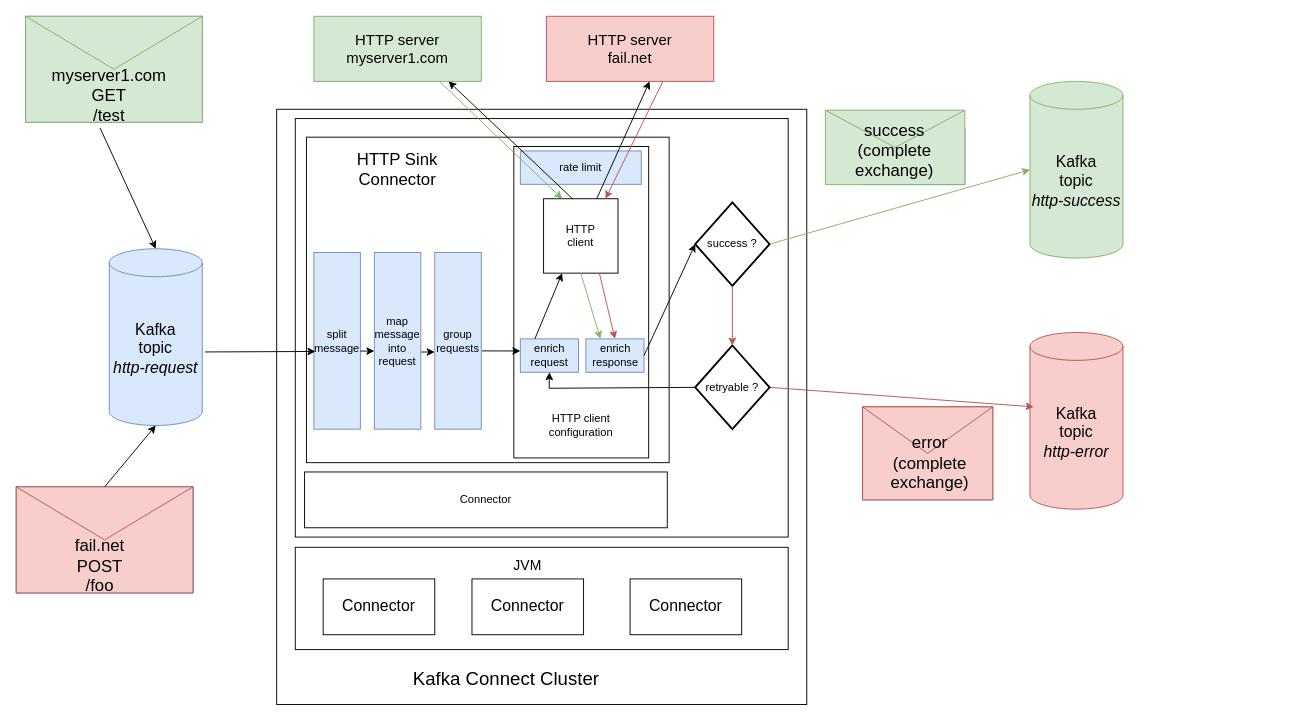
The draw.io diagram docs/architecture_options_2.drawio in clescot/kafka-connect-http, before the edit. Source tidied: cells renumbered, new cells numbered last; positions are measured from the earlier drawing's top-left corner, leaving out a move shared by most shapes. Both pictures are drawn from the tidied source at 93%, with x=0, y=0 at pixel (16, 16).
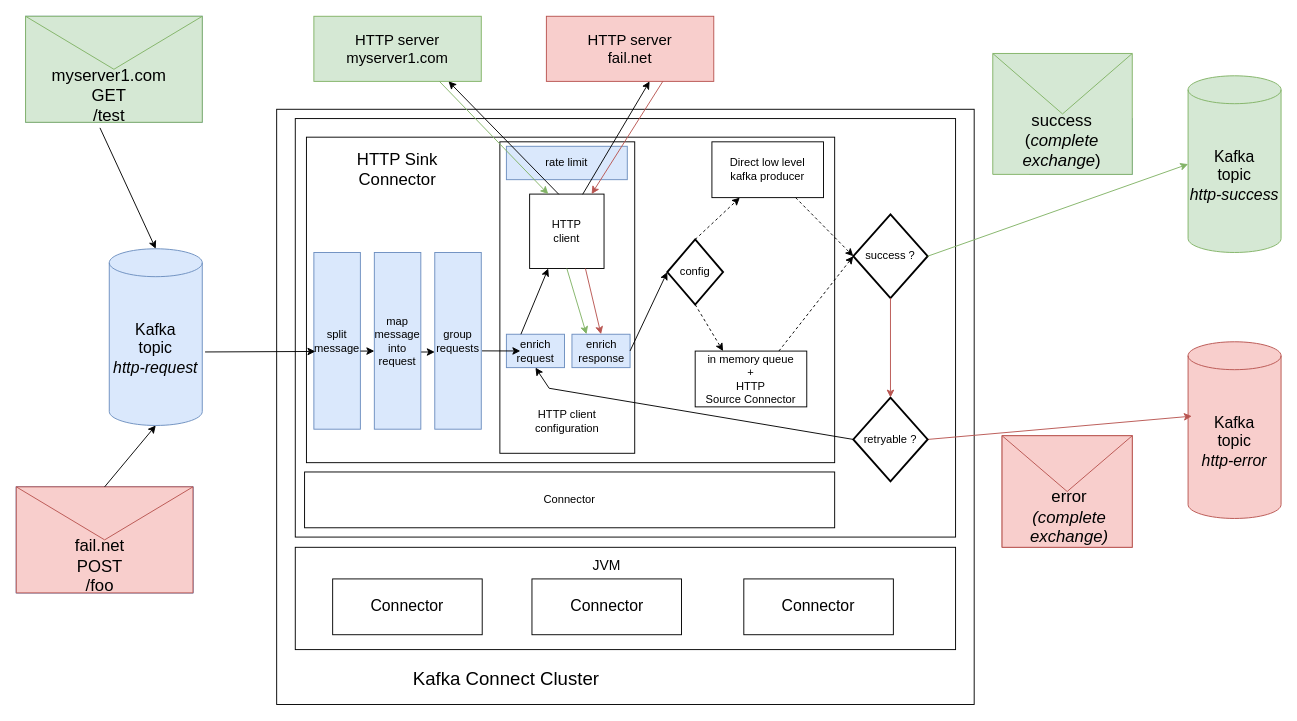
The same page after the edit.

The change refers to these unchanged cells:
```xml
<mxCell id="32" value="enrich&lt;div&gt;response&lt;/div&gt;" style="rounded=0;whiteSpace=wrap;html=1;fillColor=#dae8fc;strokeColor=#6c8ebf;" parent="25" vertex="1">
  <mxGeometry x="77.5" y="206.9" width="62.5" height="35.9" as="geometry" />
</mxCell>
```

Diff of the diagram source:
```diff
@@
     <mxCell id="3" style="rounded=0;whiteSpace=wrap;html=1;" parent="1" vertex="1">
-      <mxGeometry x="280" y="100" width="570" height="640" as="geometry" />
+      <mxGeometry x="280" y="100" width="750" height="640" as="geometry" />
     </mxCell>
     <mxCell id="4" style="rounded=0;whiteSpace=wrap;html=1;" parent="1" vertex="1">
-      <mxGeometry x="300" y="110" width="530" height="450" as="geometry" />
+      <mxGeometry x="300" y="110" width="710" height="450" as="geometry" />
     </mxCell>
@@
     <mxCell id="17" style="rounded=0;whiteSpace=wrap;html=1;fontSize=17;" parent="1" vertex="1">
-      <mxGeometry x="312" y="130" width="390" height="350" as="geometry" />
+      <mxGeometry x="312" y="130" width="568" height="350" as="geometry" />
     </mxCell>
     <mxCell id="18" value="success ?" style="strokeWidth=2;html=1;shape=mxgraph.flowchart.decision;whiteSpace=wrap;" parent="1" vertex="1">
-      <mxGeometry x="730" y="200" width="80" height="90" as="geometry" />
+      <mxGeometry x="900" y="213" width="80" height="90" as="geometry" />
     </mxCell>
     <mxCell id="19" value="Connector" style="rounded=0;whiteSpace=wrap;html=1;" parent="1" vertex="1">
-      <mxGeometry x="310" y="490" width="390" height="60" as="geometry" />
+      <mxGeometry x="310" y="490" width="570" height="60" as="geometry" />
     </mxCell>
@@
     <mxCell id="25" style="group;" parent="1" vertex="1">
-      <mxGeometry x="535" y="140" width="145" height="340" as="geometry" />
+      <mxGeometry x="520" y="135" width="145" height="340" as="geometry" />
     </mxCell>
@@
     <mxCell id="35" value="&lt;font style=&quot;font-size: 17px;&quot;&gt;Kafka&lt;/font&gt;&lt;div style=&quot;font-size: 17px;&quot;&gt;&lt;font style=&quot;font-size: 17px;&quot;&gt;topic&lt;/font&gt;&lt;/div&gt;&lt;div style=&quot;font-size: 17px;&quot;&gt;&lt;i style=&quot;&quot;&gt;&lt;font style=&quot;font-size: 17px;&quot;&gt;http-success&lt;/font&gt;&lt;/i&gt;&lt;/div&gt;" style="shape=cylinder3;whiteSpace=wrap;html=1;boundedLbl=1;backgroundOutline=1;size=15;fillColor=#d5e8d4;strokeColor=#82b366;" parent="1" vertex="1">
-      <mxGeometry x="1090" y="70" width="100" height="190" as="geometry" />
+      <mxGeometry x="1260" y="64" width="100" height="190" as="geometry" />
     </mxCell>
     <mxCell id="36" value="&lt;font style=&quot;font-size: 17px;&quot;&gt;Kafka&lt;/font&gt;&lt;div style=&quot;font-size: 17px;&quot;&gt;&lt;font style=&quot;font-size: 17px;&quot;&gt;topic&lt;/font&gt;&lt;/div&gt;&lt;div style=&quot;font-size: 17px;&quot;&gt;&lt;i style=&quot;&quot;&gt;&lt;font style=&quot;font-size: 17px;&quot;&gt;http-error&lt;/font&gt;&lt;/i&gt;&lt;/div&gt;" style="shape=cylinder3;whiteSpace=wrap;html=1;boundedLbl=1;backgroundOutline=1;size=15;fillColor=#f8cecc;strokeColor=#b85450;" parent="1" vertex="1">
-      <mxGeometry x="1090" y="340" width="100" height="190" as="geometry" />
+      <mxGeometry x="1260" y="350" width="100" height="190" as="geometry" />
     </mxCell>
     <mxCell id="37" style="group;" parent="1" vertex="1">
-      <mxGeometry x="300" y="571" width="530" height="110" as="geometry" />
+      <mxGeometry x="300" y="571" width="710" height="110" as="geometry" />
     </mxCell>
     <mxCell id="38" style="rounded=0;whiteSpace=wrap;html=1;" parent="37" vertex="1">
-      <mxGeometry width="530" height="110" as="geometry" />
+      <mxGeometry width="710" height="110" as="geometry" />
     </mxCell>
     <mxCell id="39" value="JVM" style="text;html=1;align=center;verticalAlign=middle;whiteSpace=wrap;rounded=0;fontSize=15;" parent="37" vertex="1">
-      <mxGeometry x="220" y="4" width="60" height="30" as="geometry" />
+      <mxGeometry x="294.7" y="4" width="80.4" height="30" as="geometry" />
     </mxCell>
     <mxCell id="40" value="Connector" style="rounded=0;whiteSpace=wrap;html=1;fontSize=17;" parent="37" vertex="1">
-      <mxGeometry x="30" y="34" width="120" height="60" as="geometry" />
+      <mxGeometry x="40.2" y="34" width="160.8" height="60" as="geometry" />
     </mxCell>
     <mxCell id="41" value="Connector" style="rounded=0;whiteSpace=wrap;html=1;fontSize=17;" parent="37" vertex="1">
-      <mxGeometry x="190" y="34" width="120" height="60" as="geometry" />
+      <mxGeometry x="254.5" y="34" width="160.8" height="60" as="geometry" />
     </mxCell>
     <mxCell id="42" value="Connector" style="rounded=0;whiteSpace=wrap;html=1;fontSize=17;" parent="37" vertex="1">
-      <mxGeometry x="360" y="34" width="120" height="60" as="geometry" />
+      <mxGeometry x="482.3" y="34" width="160.8" height="60" as="geometry" />
     </mxCell>
-    <mxCell id="43" style="endArrow=classic;html=1;rounded=0;fillColor=#d5e8d4;strokeColor=#000000;exitX=1;exitY=0.5;exitDx=0;exitDy=0;entryX=0;entryY=0.5;entryDx=0;entryDy=0;entryPerimeter=0;" parent="1" edge="1" source="32" target="18">
+    <mxCell id="43" style="endArrow=classic;html=1;rounded=0;fillColor=#d5e8d4;strokeColor=#000000;exitX=1;exitY=0.5;exitDx=0;exitDy=0;entryX=0;entryY=0.5;entryDx=0;entryDy=0;entryPerimeter=0;" parent="1" edge="1" source="32" target="63">
       <mxGeometry relative="1" as="geometry" />
     </mxCell>
@@
     <mxCell id="48" style="group;fillColor=#f8cecc;strokeColor=#b85450;" parent="1" vertex="1">
-      <mxGeometry x="910" y="420" width="140" height="100" as="geometry" />
+      <mxGeometry x="1060" y="451" width="140" height="120" as="geometry" />
     </mxCell>
     <mxCell id="49" style="group;" parent="48" vertex="1">
-      <mxGeometry width="140" height="100" as="geometry" />
+      <mxGeometry width="140" height="120" as="geometry" />
     </mxCell>
     <mxCell id="50" style="shape=message;html=1;html=1;labelPosition=center;verticalLabelPosition=bottom;align=center;verticalAlign=top;fillColor=#f8cecc;strokeColor=#b85450;" parent="49" vertex="1">
-      <mxGeometry width="140" height="100" as="geometry" />
+      <mxGeometry width="140" height="120" as="geometry" />
     </mxCell>
-    <mxCell id="51" value="&lt;span style=&quot;font-size: 18px;&quot;&gt;error&lt;/span&gt;&lt;div&gt;&lt;span style=&quot;font-size: 18px;&quot;&gt;(complete&lt;/span&gt;&lt;/div&gt;&lt;div&gt;&lt;span style=&quot;font-size: 18px;&quot;&gt;exchange)&lt;/span&gt;&lt;/div&gt;" style="text;html=1;align=center;verticalAlign=middle;whiteSpace=wrap;rounded=0;" parent="49" vertex="1">
-      <mxGeometry x="42.7" y="52.2" width="58.9" height="18" as="geometry" />
+    <mxCell id="51" value="&lt;span style=&quot;font-size: 18px;&quot;&gt;error&lt;/span&gt;&lt;div&gt;&lt;span style=&quot;font-size: 18px;&quot;&gt;&lt;i&gt;(complete&lt;/i&gt;&lt;/span&gt;&lt;/div&gt;&lt;div&gt;&lt;span style=&quot;font-size: 18px;&quot;&gt;&lt;i&gt;exchange)&lt;/i&gt;&lt;/span&gt;&lt;/div&gt;" style="text;html=1;align=center;verticalAlign=middle;whiteSpace=wrap;rounded=0;" parent="49" vertex="1">
+      <mxGeometry x="42.7" y="79.2" width="58.9" height="18" as="geometry" />
     </mxCell>
     <mxCell id="52" style="group;fillColor=#dae8fc;strokeColor=#6c8ebf;" parent="1" vertex="1">
-      <mxGeometry x="910" y="121" width="110" height="60" as="geometry" />
+      <mxGeometry x="1090" y="110" width="110" height="60" as="geometry" />
     </mxCell>
     <mxCell id="53" style="shape=message;html=1;html=1;labelPosition=center;verticalLabelPosition=bottom;align=center;verticalAlign=top;fillColor=#d5e8d4;strokeColor=#82b366;" parent="52" vertex="1">
-      <mxGeometry x="-40" y="-20" width="150" height="80" as="geometry" />
+      <mxGeometry x="-40" y="-70" width="150" height="130" as="geometry" />
     </mxCell>
-    <mxCell id="54" value="&lt;div style=&quot;font-size: 18px;&quot;&gt;success&lt;/div&gt;&lt;div style=&quot;font-size: 18px;&quot;&gt;&lt;span style=&quot;background-color: initial;&quot;&gt;(complete&lt;/span&gt;&lt;br&gt;&lt;/div&gt;&lt;div style=&quot;font-size: 18px;&quot;&gt;&lt;div style=&quot;font-size: 12px;&quot;&gt;&lt;span style=&quot;font-size: 18px;&quot;&gt;exchange)&lt;/span&gt;&lt;/div&gt;&lt;/div&gt;" style="text;html=1;align=center;verticalAlign=middle;whiteSpace=wrap;rounded=0;" parent="52" vertex="1">
+    <mxCell id="54" value="&lt;div style=&quot;font-size: 18px;&quot;&gt;success&lt;/div&gt;&lt;div style=&quot;font-size: 18px;&quot;&gt;&lt;span style=&quot;background-color: initial;&quot;&gt;(&lt;i&gt;complete&lt;/i&gt;&lt;/span&gt;&lt;i&gt;&lt;br&gt;&lt;/i&gt;&lt;/div&gt;&lt;div style=&quot;font-size: 18px;&quot;&gt;&lt;div style=&quot;font-size: 12px;&quot;&gt;&lt;span style=&quot;font-size: 18px;&quot;&gt;&lt;i&gt;exchange&lt;/i&gt;)&lt;/span&gt;&lt;/div&gt;&lt;/div&gt;" style="text;html=1;align=center;verticalAlign=middle;whiteSpace=wrap;rounded=0;" parent="52" vertex="1">
       <mxGeometry x="1.2" y="15.2" width="67.4" height="18" as="geometry" />
     </mxCell>
@@
     <mxCell id="57" value="retryable ?" style="strokeWidth=2;html=1;shape=mxgraph.flowchart.decision;whiteSpace=wrap;" parent="1" vertex="1">
-      <mxGeometry x="730" y="354" width="80" height="90" as="geometry" />
+      <mxGeometry x="900" y="410" width="80" height="90" as="geometry" />
     </mxCell>
@@
+    <mxCell id="63" value="config" style="strokeWidth=2;html=1;shape=mxgraph.flowchart.decision;whiteSpace=wrap;" parent="1" vertex="1">
+      <mxGeometry x="700" y="240" width="60" height="70" as="geometry" />
+    </mxCell>
+    <mxCell id="64" value="Direct low level&lt;div&gt;kafka producer&lt;/div&gt;" style="rounded=0;whiteSpace=wrap;html=1;" parent="1" vertex="1">
+      <mxGeometry x="748" y="135" width="120" height="60" as="geometry" />
+    </mxCell>
+    <mxCell id="65" value="in memory queue&lt;div&gt;+&lt;/div&gt;&lt;div&gt;HTTP&lt;/div&gt;&lt;div&gt;Source Connector&lt;/div&gt;" style="rounded=0;whiteSpace=wrap;html=1;" parent="1" vertex="1">
+      <mxGeometry x="730" y="360" width="120" height="60" as="geometry" />
+    </mxCell>
+    <mxCell id="66" style="endArrow=classic;html=1;rounded=0;fillColor=#d5e8d4;strokeColor=#000000;exitX=0.5;exitY=0;exitDx=0;exitDy=0;entryX=0.25;entryY=1;entryDx=0;entryDy=0;exitPerimeter=0;dashed=1;" parent="1" edge="1" source="63" target="64">
+      <mxGeometry relative="1" as="geometry" />
+    </mxCell>
+    <mxCell id="67" style="endArrow=classic;html=1;rounded=0;fillColor=#d5e8d4;strokeColor=#000000;exitX=0.5;exitY=1;exitDx=0;exitDy=0;entryX=0.25;entryY=0;entryDx=0;entryDy=0;exitPerimeter=0;dashed=1;" parent="1" edge="1" source="63" target="65">
+      <mxGeometry relative="1" as="geometry" />
+    </mxCell>
+    <mxCell id="68" style="endArrow=classic;html=1;rounded=0;fillColor=#d5e8d4;strokeColor=#000000;exitX=0.75;exitY=1;exitDx=0;exitDy=0;entryX=0;entryY=0.5;entryDx=0;entryDy=0;dashed=1;entryPerimeter=0;" parent="1" edge="1" source="64" target="18">
+      <mxGeometry relative="1" as="geometry" />
+    </mxCell>
+    <mxCell id="69" style="endArrow=classic;html=1;rounded=0;fillColor=#d5e8d4;strokeColor=#000000;exitX=0.75;exitY=0;exitDx=0;exitDy=0;entryX=0;entryY=0.5;entryDx=0;entryDy=0;dashed=1;entryPerimeter=0;" parent="1" edge="1" source="65" target="18">
+      <mxGeometry relative="1" as="geometry" />
+    </mxCell>
```
